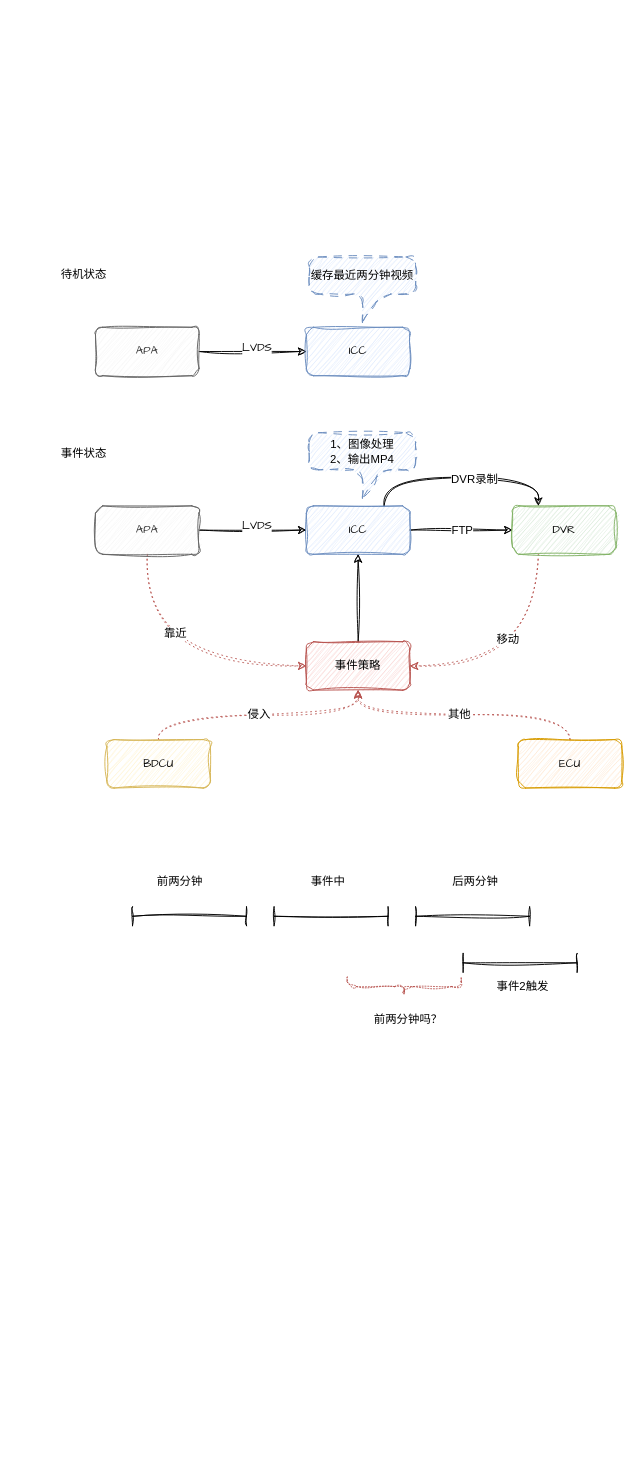
The draw.io diagram 哨兵模式.drawio in TryLoveCatch/charts, before the edit. Source tidied: cells renumbered, new cells numbered last; positions are measured from the earlier drawing's top-left corner, leaving out a move shared by most shapes. Both pictures are drawn from the tidied source at 95%, with x=0, y=0 at pixel (55, 256).
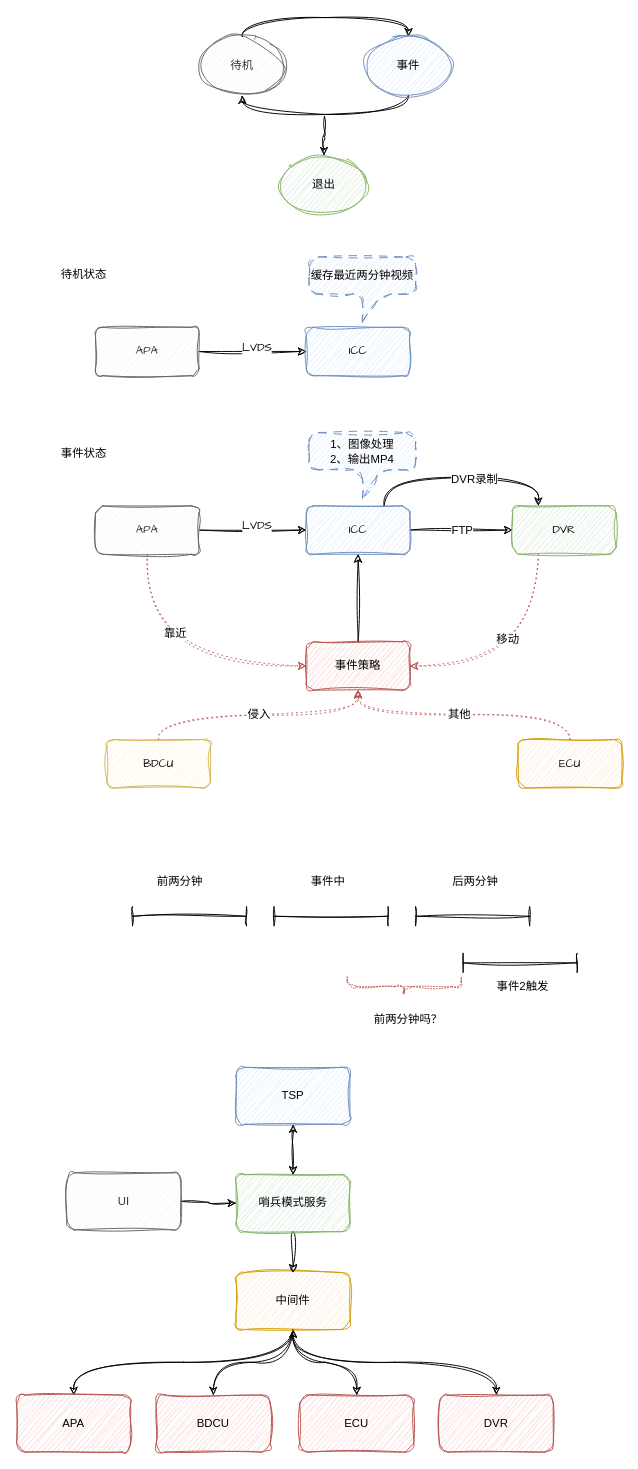
The same page after the edit.

Commit message:
更新哨兵模式.drawio

The edit, as a diff of the source:
```diff
@@
+    <mxCell id="40" style="edgeStyle=orthogonalEdgeStyle;shape=connector;curved=1;rounded=1;sketch=1;jiggle=2;curveFitting=1;jettySize=auto;html=1;exitX=0.5;exitY=0;exitDx=0;exitDy=0;entryX=0.5;entryY=0;entryDx=0;entryDy=0;labelBackgroundColor=default;strokeColor=default;fontFamily=Helvetica;fontSize=12;fontColor=default;endArrow=classic;" parent="1" edge="1" source="41" target="43">
+      <mxGeometry relative="1" as="geometry" />
+    </mxCell>
+    <mxCell id="41" value="待机" style="ellipse;whiteSpace=wrap;html=1;rounded=1;sketch=1;jiggle=2;curveFitting=1;strokeColor=#666666;fontFamily=Helvetica;fontSize=12;fontColor=#333333;fillColor=#f5f5f5;" parent="1" vertex="1">
+      <mxGeometry x="151" y="-232" width="91" height="62" as="geometry" />
+    </mxCell>
+    <mxCell id="42" style="edgeStyle=orthogonalEdgeStyle;shape=connector;curved=1;rounded=1;sketch=1;jiggle=2;curveFitting=1;jettySize=auto;html=1;exitX=0.5;exitY=1;exitDx=0;exitDy=0;entryX=0.5;entryY=1;entryDx=0;entryDy=0;labelBackgroundColor=default;strokeColor=default;fontFamily=Helvetica;fontSize=12;fontColor=default;endArrow=classic;" parent="1" edge="1" source="43" target="41">
+      <mxGeometry relative="1" as="geometry" />
+    </mxCell>
+    <mxCell id="43" value="事件" style="ellipse;whiteSpace=wrap;html=1;rounded=1;sketch=1;jiggle=2;curveFitting=1;strokeColor=#6c8ebf;fontFamily=Helvetica;fontSize=12;fillColor=#dae8fc;" parent="1" vertex="1">
+      <mxGeometry x="326" y="-232" width="91" height="62" as="geometry" />
+    </mxCell>
+    <mxCell id="44" style="edgeStyle=orthogonalEdgeStyle;shape=connector;curved=1;rounded=1;sketch=1;jiggle=2;curveFitting=1;jettySize=auto;html=1;exitX=0.5;exitY=0;exitDx=0;exitDy=0;labelBackgroundColor=default;strokeColor=default;fontFamily=Helvetica;fontSize=12;fontColor=default;endArrow=none;endFill=0;startArrow=classic;startFill=1;" parent="1" edge="1" source="45">
+      <mxGeometry relative="1" as="geometry">
+        <mxPoint x="283" y="-148" as="targetPoint" />
+      </mxGeometry>
+    </mxCell>
+    <mxCell id="45" value="退出" style="ellipse;whiteSpace=wrap;html=1;rounded=1;sketch=1;jiggle=2;curveFitting=1;strokeColor=#82b366;fontFamily=Helvetica;fontSize=12;fillColor=#d5e8d4;" parent="1" vertex="1">
+      <mxGeometry x="237" y="-107" width="91" height="62" as="geometry" />
+    </mxCell>
+    <mxCell id="46" style="edgeStyle=orthogonalEdgeStyle;shape=connector;curved=1;rounded=1;sketch=1;jiggle=2;curveFitting=1;jettySize=auto;html=1;exitX=0.5;exitY=1;exitDx=0;exitDy=0;labelBackgroundColor=default;strokeColor=default;fontFamily=Helvetica;fontSize=12;fontColor=default;endArrow=classic;" parent="1" edge="1" source="50" target="57">
+      <mxGeometry relative="1" as="geometry" />
+    </mxCell>
+    <mxCell id="47" style="edgeStyle=orthogonalEdgeStyle;shape=connector;curved=1;rounded=1;sketch=1;jiggle=2;curveFitting=1;jettySize=auto;html=1;exitX=0.5;exitY=1;exitDx=0;exitDy=0;labelBackgroundColor=default;strokeColor=default;fontFamily=Helvetica;fontSize=12;fontColor=default;endArrow=classic;" parent="1" edge="1" source="50" target="58">
+      <mxGeometry relative="1" as="geometry" />
+    </mxCell>
+    <mxCell id="48" style="edgeStyle=orthogonalEdgeStyle;shape=connector;curved=1;rounded=1;sketch=1;jiggle=2;curveFitting=1;jettySize=auto;html=1;exitX=0.5;exitY=1;exitDx=0;exitDy=0;labelBackgroundColor=default;strokeColor=default;fontFamily=Helvetica;fontSize=12;fontColor=default;endArrow=classic;" parent="1" edge="1" source="50" target="60">
+      <mxGeometry relative="1" as="geometry" />
+    </mxCell>
+    <mxCell id="49" style="edgeStyle=orthogonalEdgeStyle;shape=connector;curved=1;rounded=1;sketch=1;jiggle=2;curveFitting=1;jettySize=auto;html=1;exitX=0.5;exitY=1;exitDx=0;exitDy=0;labelBackgroundColor=default;strokeColor=default;fontFamily=Helvetica;fontSize=12;fontColor=default;endArrow=classic;startArrow=classic;startFill=1;" parent="1" edge="1" source="50" target="59">
+      <mxGeometry relative="1" as="geometry" />
+    </mxCell>
+    <mxCell id="50" value="中间件" style="rounded=1;whiteSpace=wrap;html=1;sketch=1;jiggle=2;curveFitting=1;strokeColor=#d79b00;fontFamily=Helvetica;fontSize=12;fillColor=#ffe6cc;" parent="1" vertex="1">
+      <mxGeometry x="190" y="1069" width="120" height="60" as="geometry" />
+    </mxCell>
+    <mxCell id="51" style="edgeStyle=orthogonalEdgeStyle;shape=connector;curved=1;rounded=1;sketch=1;jiggle=2;curveFitting=1;jettySize=auto;html=1;exitX=0.5;exitY=1;exitDx=0;exitDy=0;labelBackgroundColor=default;strokeColor=default;fontFamily=Helvetica;fontSize=12;fontColor=default;endArrow=classic;" parent="1" edge="1" source="52" target="50">
+      <mxGeometry relative="1" as="geometry" />
+    </mxCell>
+    <mxCell id="52" value="哨兵模式服务" style="rounded=1;whiteSpace=wrap;html=1;sketch=1;jiggle=2;curveFitting=1;strokeColor=#82b366;fontFamily=Helvetica;fontSize=12;fillColor=#d5e8d4;" parent="1" vertex="1">
+      <mxGeometry x="190" y="966" width="120" height="60" as="geometry" />
+    </mxCell>
+    <mxCell id="53" style="edgeStyle=orthogonalEdgeStyle;shape=connector;curved=1;rounded=1;sketch=1;jiggle=2;curveFitting=1;jettySize=auto;html=1;exitX=1;exitY=0.5;exitDx=0;exitDy=0;entryX=0;entryY=0.5;entryDx=0;entryDy=0;labelBackgroundColor=default;strokeColor=default;fontFamily=Helvetica;fontSize=12;fontColor=default;endArrow=classic;" parent="1" edge="1" source="54" target="52">
+      <mxGeometry relative="1" as="geometry" />
+    </mxCell>
+    <mxCell id="54" value="UI" style="rounded=1;whiteSpace=wrap;html=1;sketch=1;jiggle=2;curveFitting=1;strokeColor=#666666;fontFamily=Helvetica;fontSize=12;fontColor=#333333;fillColor=#f5f5f5;" parent="1" vertex="1">
+      <mxGeometry x="12" y="964" width="120" height="60" as="geometry" />
+    </mxCell>
+    <mxCell id="55" style="edgeStyle=orthogonalEdgeStyle;shape=connector;curved=1;rounded=1;sketch=1;jiggle=2;curveFitting=1;jettySize=auto;html=1;exitX=0.5;exitY=1;exitDx=0;exitDy=0;entryX=0.5;entryY=0;entryDx=0;entryDy=0;labelBackgroundColor=default;strokeColor=default;fontFamily=Helvetica;fontSize=12;fontColor=default;endArrow=classic;startArrow=classic;startFill=1;" parent="1" edge="1" source="56" target="52">
+      <mxGeometry relative="1" as="geometry" />
+    </mxCell>
+    <mxCell id="56" value="TSP" style="rounded=1;whiteSpace=wrap;html=1;sketch=1;jiggle=2;curveFitting=1;strokeColor=#6c8ebf;fontFamily=Helvetica;fontSize=12;fillColor=#dae8fc;" parent="1" vertex="1">
+      <mxGeometry x="190" y="853" width="120" height="60" as="geometry" />
+    </mxCell>
+    <mxCell id="57" value="APA" style="rounded=1;whiteSpace=wrap;html=1;sketch=1;jiggle=2;curveFitting=1;strokeColor=#b85450;fontFamily=Helvetica;fontSize=12;fillColor=#f8cecc;" parent="1" vertex="1">
+      <mxGeometry x="-41" y="1198" width="120" height="60" as="geometry" />
+    </mxCell>
+    <mxCell id="58" value="BDCU" style="rounded=1;whiteSpace=wrap;html=1;sketch=1;jiggle=2;curveFitting=1;strokeColor=#b85450;fontFamily=Helvetica;fontSize=12;fillColor=#f8cecc;" parent="1" vertex="1">
+      <mxGeometry x="106" y="1198" width="120" height="60" as="geometry" />
+    </mxCell>
+    <mxCell id="59" value="DVR" style="rounded=1;whiteSpace=wrap;html=1;sketch=1;jiggle=2;curveFitting=1;strokeColor=#b85450;fontFamily=Helvetica;fontSize=12;fillColor=#f8cecc;" parent="1" vertex="1">
+      <mxGeometry x="404" y="1198" width="120" height="60" as="geometry" />
+    </mxCell>
+    <mxCell id="60" value="ECU" style="rounded=1;whiteSpace=wrap;html=1;sketch=1;jiggle=2;curveFitting=1;strokeColor=#b85450;fontFamily=Helvetica;fontSize=12;fillColor=#f8cecc;" parent="1" vertex="1">
+      <mxGeometry x="257" y="1198" width="120" height="60" as="geometry" />
+    </mxCell>
```
